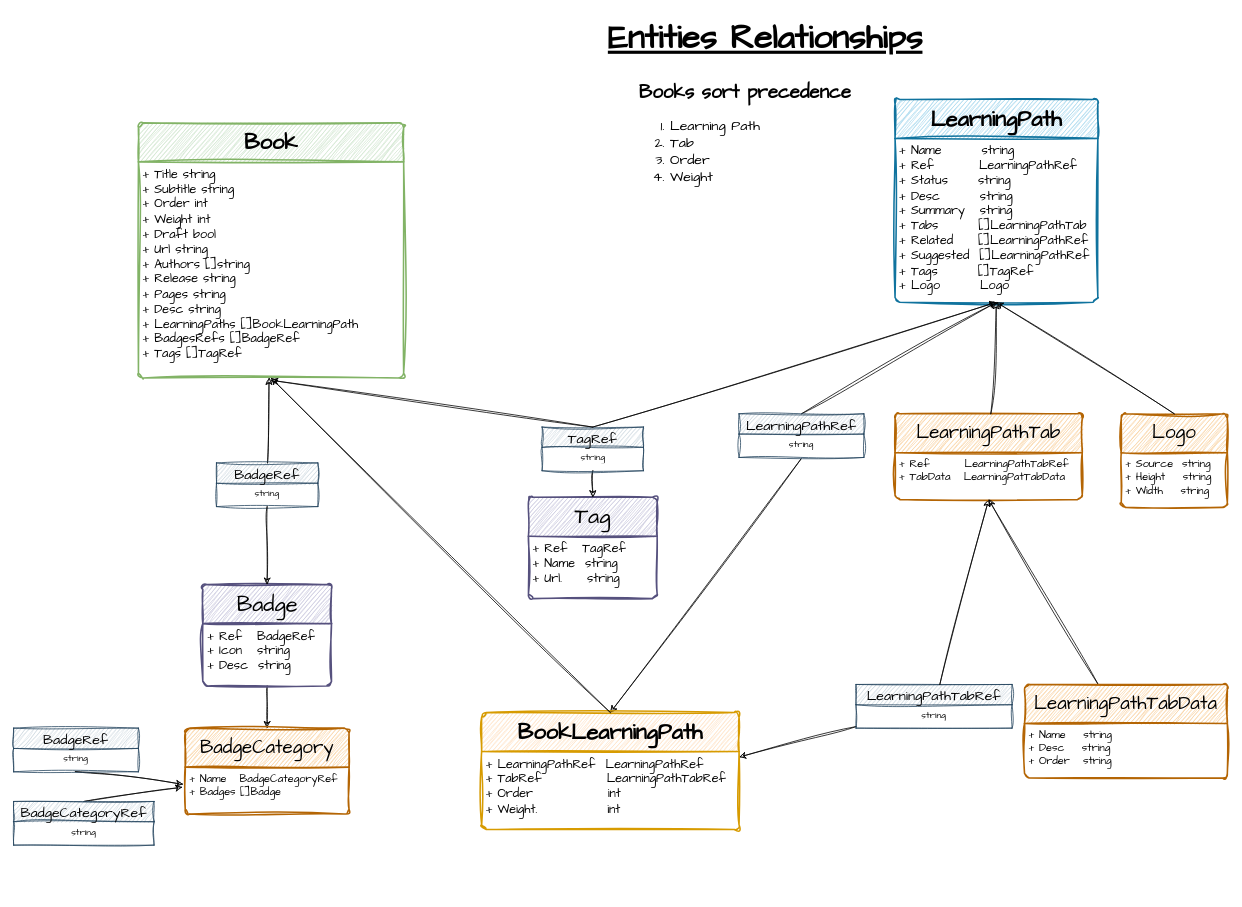
Above: page "entities" (2 of 2) of docs/it-readventure.drawio.xml in enribd/choose-your-own-it-readventure (draw.io), before the change. Source tidied: cells renumbered, new cells numbered last; positions are measured from the earlier drawing's top-left corner, leaving out a move shared by most shapes. Both pictures are drawn from the tidied source at 78%, with x=0, y=0 at pixel (13, 13).
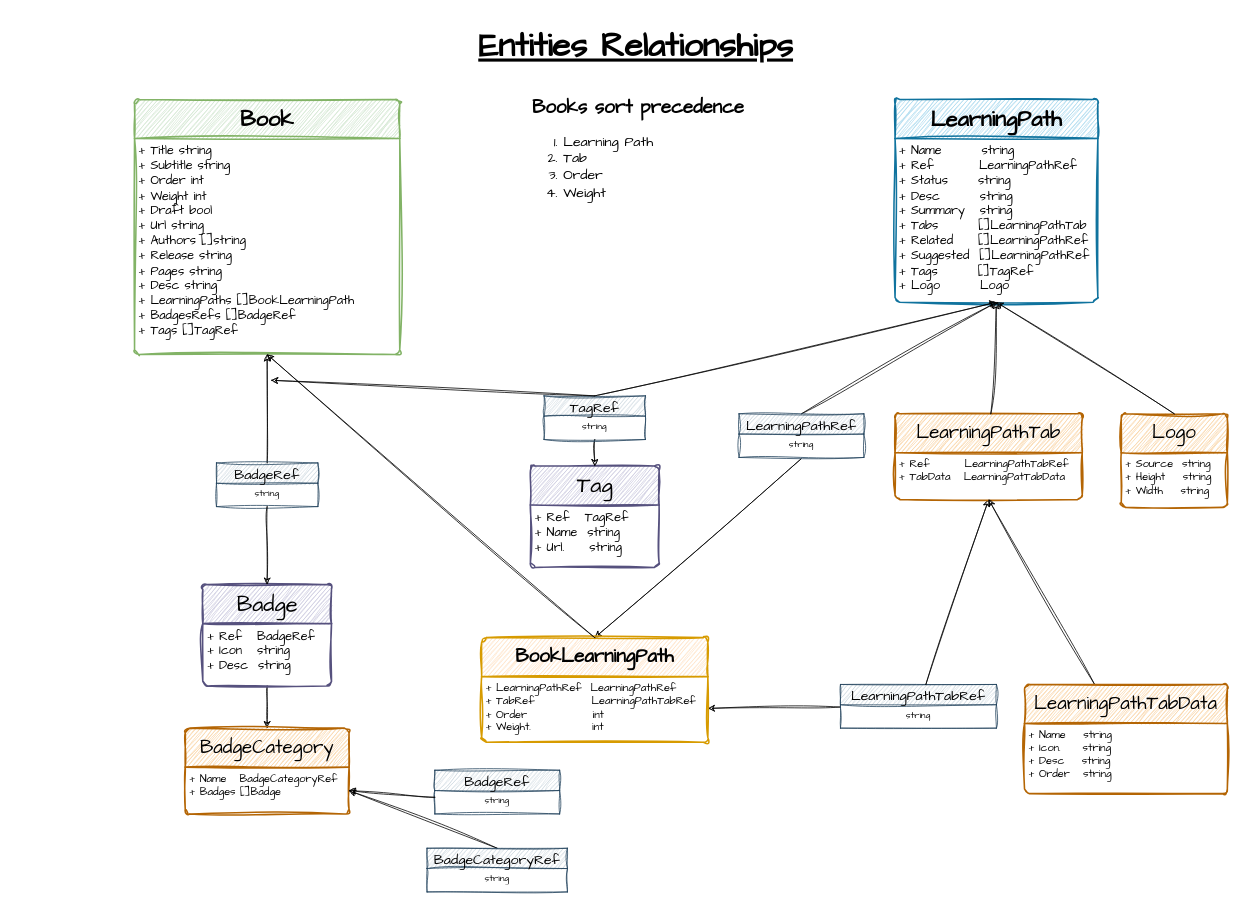
Above is the later version.

The change refers to these unchanged cells:
```xml
<mxCell id="9" value="string" style="text;strokeColor=none;fillColor=none;spacingLeft=4;spacingRight=4;overflow=hidden;points=[[0,0.5],[1,0.5]];portConstraint=eastwest;fontSize=12;whiteSpace=wrap;html=1;fontFamily=Architects Daughter;align=center;" parent="8" vertex="1">
  <mxGeometry y="26" width="160" height="30" as="geometry" />
</mxCell>
<mxCell id="29" value="&lt;div style=&quot;font-size: 14px;&quot;&gt;&lt;font style=&quot;font-size: 14px;&quot;&gt;&lt;span style=&quot;background-color: initial;&quot;&gt;+ Name&amp;nbsp; &amp;nbsp;BadgeCategoryRef&lt;/span&gt;&lt;br&gt;&lt;/font&gt;&lt;/div&gt;&lt;div style=&quot;font-size: 14px;&quot;&gt;&lt;font style=&quot;font-size: 14px;&quot;&gt;+ Badges []Badge&amp;nbsp;&lt;/font&gt;&lt;/div&gt;" style="align=left;strokeColor=none;fillColor=none;spacingLeft=4;fontSize=12;verticalAlign=top;html=1;sketch=1;hachureGap=4;jiggle=2;curveFitting=1;fontFamily=Architects Daughter;" parent="28" vertex="1">
  <mxGeometry y="50" width="210" height="60" as="geometry" />
</mxCell>
```

The edit, as a diff of the source:
```diff
@@
     <mxCell id="2" value="&lt;span style=&quot;font-size: 28px;&quot;&gt;Book&lt;/span&gt;" style="swimlane;horizontal=1;startSize=50;rounded=1;fontSize=28;fontStyle=1;strokeWidth=2;shadow=0;dashed=0;align=center;arcSize=4;whiteSpace=wrap;html=1;sketch=1;hachureGap=4;jiggle=2;curveFitting=1;fontFamily=Architects Daughter;fillColor=#d5e8d4;strokeColor=#82b366;" parent="1" vertex="1">
-      <mxGeometry x="160" y="140" width="340" height="327" as="geometry" />
+      <mxGeometry x="155" y="110" width="340" height="327" as="geometry" />
     </mxCell>
@@
-    <mxCell id="7" style="rounded=0;sketch=1;hachureGap=4;jiggle=2;curveFitting=1;jettySize=auto;html=1;entryX=-0.013;entryY=0.365;entryDx=0;entryDy=0;fontFamily=Architects Daughter;entryPerimeter=0;exitX=0.494;exitY=0.992;exitDx=0;exitDy=0;exitPerimeter=0;" parent="1" edge="1" source="9" target="29">
-      <mxGeometry relative="1" as="geometry" />
-    </mxCell>
     <mxCell id="8" value="BadgeRef" style="swimlane;fontStyle=0;horizontal=1;startSize=26;align=center;fontSize=18;sketch=1;hachureGap=4;jiggle=2;curveFitting=1;fontFamily=Architects Daughter;fillColor=#bac8d3;strokeColor=#23445d;" parent="1" vertex="1">
-      <mxGeometry y="916" width="160" height="56" as="geometry" />
+      <mxGeometry x="540" y="970" width="160" height="56" as="geometry" />
     </mxCell>
@@
     <mxCell id="22" value="LearningPathTabRef" style="swimlane;fontStyle=0;horizontal=1;startSize=26;align=center;fontSize=18;sketch=1;hachureGap=4;jiggle=2;curveFitting=1;fontFamily=Architects Daughter;fillColor=#bac8d3;strokeColor=#23445d;" parent="1" vertex="1">
-      <mxGeometry x="1080" y="860" width="200" height="56" as="geometry" />
+      <mxGeometry x="1060" y="860" width="200" height="56" as="geometry" />
     </mxCell>
@@
     <mxCell id="31" value="&lt;h1 style=&quot;margin-top: 0px; font-size: 43px;&quot;&gt;Entities Relationships&lt;/h1&gt;" style="text;html=1;whiteSpace=wrap;overflow=hidden;rounded=0;fontFamily=Architects Daughter;fontSize=43;fontStyle=4;" parent="1" vertex="1">
-      <mxGeometry x="760" width="440" height="50" as="geometry" />
+      <mxGeometry x="594" y="10" width="440" height="50" as="geometry" />
     </mxCell>
     <mxCell id="32" value="&lt;h1 style=&quot;margin-top: 0px;&quot;&gt;Books sort precedence&lt;/h1&gt;&lt;div style=&quot;font-size: 18px;&quot;&gt;&lt;ol&gt;&lt;li&gt;Learning Path&lt;/li&gt;&lt;li&gt;Tab&lt;/li&gt;&lt;li&gt;Order&lt;/li&gt;&lt;li&gt;Weight&lt;/li&gt;&lt;/ol&gt;&lt;/div&gt;" style="text;html=1;whiteSpace=wrap;overflow=hidden;rounded=0;fontFamily=Architects Daughter;" parent="1" vertex="1">
-      <mxGeometry x="800" y="80" width="280" height="150" as="geometry" />
+      <mxGeometry x="662.5" y="100" width="280" height="150" as="geometry" />
     </mxCell>
@@
     <mxCell id="35" value="LearningPathTabData" style="swimlane;horizontal=1;startSize=50;rounded=1;fontSize=24;fontStyle=0;strokeWidth=2;shadow=0;dashed=0;align=center;arcSize=4;whiteSpace=wrap;html=1;sketch=1;hachureGap=4;jiggle=2;curveFitting=1;fontFamily=Architects Daughter;fillColor=#fad7ac;strokeColor=#b46504;" parent="1" vertex="1">
-      <mxGeometry x="1296" y="860" width="260" height="120" as="geometry" />
+      <mxGeometry x="1296" y="860" width="260" height="140" as="geometry" />
     </mxCell>
-    <mxCell id="36" value="&lt;div style=&quot;font-size: 14px;&quot;&gt;&lt;font style=&quot;font-size: 14px;&quot;&gt;+ Name&amp;nbsp; &amp;nbsp; string&lt;/font&gt;&lt;/div&gt;&lt;div style=&quot;font-size: 14px;&quot;&gt;&lt;font style=&quot;font-size: 14px;&quot;&gt;+ Desc&amp;nbsp; &amp;nbsp; string&lt;/font&gt;&lt;/div&gt;&lt;div style=&quot;font-size: 14px;&quot;&gt;&lt;font style=&quot;font-size: 14px;&quot;&gt;+ Order&amp;nbsp; &amp;nbsp;string&lt;/font&gt;&lt;/div&gt;" style="align=left;strokeColor=none;fillColor=none;spacingLeft=4;fontSize=12;verticalAlign=top;html=1;sketch=1;hachureGap=4;jiggle=2;curveFitting=1;fontFamily=Architects Daughter;" parent="35" vertex="1">
-      <mxGeometry y="50" width="260" height="70" as="geometry" />
+    <mxCell id="36" value="&lt;div style=&quot;font-size: 14px;&quot;&gt;&lt;font style=&quot;font-size: 14px;&quot;&gt;+ Name&amp;nbsp; &amp;nbsp; string&lt;/font&gt;&lt;/div&gt;&lt;div style=&quot;font-size: 14px;&quot;&gt;+ Icon.&amp;nbsp; &amp;nbsp; &amp;nbsp;string&lt;/div&gt;&lt;div style=&quot;font-size: 14px;&quot;&gt;&lt;font style=&quot;font-size: 14px;&quot;&gt;+ Desc&amp;nbsp; &amp;nbsp; string&lt;/font&gt;&lt;/div&gt;&lt;div style=&quot;font-size: 14px;&quot;&gt;&lt;font style=&quot;font-size: 14px;&quot;&gt;+ Order&amp;nbsp; &amp;nbsp;string&lt;/font&gt;&lt;/div&gt;" style="align=left;strokeColor=none;fillColor=none;spacingLeft=4;fontSize=12;verticalAlign=top;html=1;sketch=1;hachureGap=4;jiggle=2;curveFitting=1;fontFamily=Architects Daughter;" parent="35" vertex="1">
+      <mxGeometry y="50" width="260" height="90" as="geometry" />
     </mxCell>
-    <mxCell id="37" value="&lt;b style=&quot;font-size: 28px;&quot;&gt;BookLearningPath&lt;/b&gt;" style="swimlane;horizontal=1;startSize=50;rounded=1;fontSize=28;fontStyle=0;strokeWidth=2;shadow=0;dashed=0;align=center;arcSize=4;whiteSpace=wrap;html=1;sketch=1;hachureGap=4;jiggle=2;curveFitting=1;fontFamily=Architects Daughter;fillColor=#ffe6cc;strokeColor=#d79b00;" parent="1" vertex="1">
-      <mxGeometry x="600" y="896" width="330" height="150" as="geometry" />
+    <mxCell id="37" value="&lt;b style=&quot;font-size: 24px;&quot;&gt;BookLearningPath&lt;/b&gt;" style="swimlane;horizontal=1;startSize=50;rounded=1;fontSize=24;fontStyle=0;strokeWidth=2;shadow=0;dashed=0;align=center;arcSize=4;whiteSpace=wrap;html=1;sketch=1;hachureGap=4;jiggle=2;curveFitting=1;fontFamily=Architects Daughter;fillColor=#ffe6cc;strokeColor=#d79b00;" parent="1" vertex="1">
+      <mxGeometry x="600" y="800" width="290" height="134" as="geometry" />
     </mxCell>
-    <mxCell id="38" value="&lt;div style=&quot;font-size: 16px;&quot;&gt;&lt;font style=&quot;font-size: 16px;&quot;&gt;+ LearningPathRef&amp;nbsp; LearningPathRef&lt;/font&gt;&lt;/div&gt;&lt;div style=&quot;font-size: 16px;&quot;&gt;&lt;font style=&quot;font-size: 16px;&quot;&gt;+ TabRef&amp;nbsp; &amp;nbsp; &amp;nbsp; &amp;nbsp; &amp;nbsp; &amp;nbsp; &amp;nbsp;LearningPathTabRef&lt;/font&gt;&lt;/div&gt;&lt;div style=&quot;font-size: 16px;&quot;&gt;&lt;span style=&quot;background-color: initial;&quot;&gt;+ Order&amp;nbsp; &amp;nbsp; &amp;nbsp; &amp;nbsp; &amp;nbsp; &amp;nbsp; &amp;nbsp; &amp;nbsp;int&lt;/span&gt;&lt;br&gt;&lt;/div&gt;&lt;div style=&quot;font-size: 16px;&quot;&gt;&lt;font style=&quot;font-size: 16px;&quot;&gt;+ Weight.&amp;nbsp; &amp;nbsp; &amp;nbsp; &amp;nbsp; &amp;nbsp; &amp;nbsp; &amp;nbsp; int&lt;/font&gt;&lt;/div&gt;&lt;div style=&quot;font-size: 16px;&quot;&gt;&lt;br&gt;&lt;/div&gt;" style="align=left;strokeColor=none;fillColor=none;spacingLeft=4;fontSize=12;verticalAlign=top;html=1;sketch=1;hachureGap=4;jiggle=2;curveFitting=1;fontFamily=Architects Daughter;" parent="37" vertex="1">
-      <mxGeometry y="50" width="330" height="100" as="geometry" />
+    <mxCell id="38" value="&lt;div style=&quot;font-size: 14px;&quot;&gt;&lt;font style=&quot;font-size: 14px;&quot;&gt;+ LearningPathRef&amp;nbsp; LearningPathRef&lt;/font&gt;&lt;/div&gt;&lt;div style=&quot;font-size: 14px;&quot;&gt;&lt;font style=&quot;font-size: 14px;&quot;&gt;+ TabRef&amp;nbsp; &amp;nbsp; &amp;nbsp; &amp;nbsp; &amp;nbsp; &amp;nbsp; &amp;nbsp;LearningPathTabRef&lt;/font&gt;&lt;/div&gt;&lt;div style=&quot;font-size: 14px;&quot;&gt;&lt;font style=&quot;font-size: 14px;&quot;&gt;&lt;span style=&quot;background-color: initial;&quot;&gt;+ Order&amp;nbsp; &amp;nbsp; &amp;nbsp; &amp;nbsp; &amp;nbsp; &amp;nbsp; &amp;nbsp; &amp;nbsp;int&lt;/span&gt;&lt;br&gt;&lt;/font&gt;&lt;/div&gt;&lt;div style=&quot;font-size: 14px;&quot;&gt;&lt;font style=&quot;font-size: 14px;&quot;&gt;+ Weight.&amp;nbsp; &amp;nbsp; &amp;nbsp; &amp;nbsp; &amp;nbsp; &amp;nbsp; &amp;nbsp; int&lt;/font&gt;&lt;/div&gt;&lt;div style=&quot;font-size: 14px;&quot;&gt;&lt;br&gt;&lt;/div&gt;" style="align=left;strokeColor=none;fillColor=none;spacingLeft=4;fontSize=12;verticalAlign=top;html=1;sketch=1;hachureGap=4;jiggle=2;curveFitting=1;fontFamily=Architects Daughter;" parent="37" vertex="1">
+      <mxGeometry y="50" width="290" height="84" as="geometry" />
     </mxCell>
@@
     <mxCell id="40" value="Tag" style="swimlane;horizontal=1;startSize=50;rounded=1;fontSize=28;fontStyle=0;strokeWidth=2;shadow=0;dashed=0;align=center;arcSize=4;whiteSpace=wrap;html=1;sketch=1;hachureGap=4;jiggle=2;curveFitting=1;fontFamily=Architects Daughter;fillColor=#d0cee2;strokeColor=#56517e;" parent="1" vertex="1">
-      <mxGeometry x="660" y="620" width="165" height="130" as="geometry" />
+      <mxGeometry x="662.5" y="580" width="165" height="130" as="geometry" />
     </mxCell>
@@
     <mxCell id="44" value="TagRef" style="swimlane;fontStyle=0;horizontal=1;startSize=26;align=center;fontSize=18;sketch=1;hachureGap=4;jiggle=2;curveFitting=1;fontFamily=Architects Daughter;fillColor=#bac8d3;strokeColor=#23445d;" parent="1" vertex="1">
-      <mxGeometry x="677.5" y="530" width="130" height="56" as="geometry" />
+      <mxGeometry x="680" y="490" width="130" height="56" as="geometry" />
     </mxCell>
@@
-    <mxCell id="47" style="rounded=0;sketch=1;hachureGap=4;jiggle=2;curveFitting=1;jettySize=auto;html=1;fontFamily=Architects Daughter;exitX=0.5;exitY=0;exitDx=0;exitDy=0;entryX=-0.018;entryY=0.429;entryDx=0;entryDy=0;entryPerimeter=0;" parent="1" edge="1" source="48" target="29">
+    <mxCell id="47" style="rounded=0;sketch=1;hachureGap=4;jiggle=2;curveFitting=1;jettySize=auto;html=1;fontFamily=Architects Daughter;exitX=0.5;exitY=0;exitDx=0;exitDy=0;entryX=1;entryY=0.5;entryDx=0;entryDy=0;" parent="1" edge="1" source="48" target="29">
       <mxGeometry relative="1" as="geometry" />
     </mxCell>
     <mxCell id="48" value="BadgeCategoryRef" style="swimlane;fontStyle=0;horizontal=1;startSize=26;align=center;fontSize=18;sketch=1;hachureGap=4;jiggle=2;curveFitting=1;fontFamily=Architects Daughter;fillColor=#bac8d3;strokeColor=#23445d;" parent="1" vertex="1">
-      <mxGeometry y="1010" width="180" height="56" as="geometry" />
+      <mxGeometry x="530" y="1070" width="180" height="56" as="geometry" />
     </mxCell>
@@
+    <mxCell id="7" style="rounded=0;sketch=1;hachureGap=4;jiggle=2;curveFitting=1;jettySize=auto;html=1;entryX=1;entryY=0.5;entryDx=0;entryDy=0;fontFamily=Architects Daughter;" parent="1" edge="1" source="9" target="29">
+      <mxGeometry relative="1" as="geometry" />
+    </mxCell>
```
